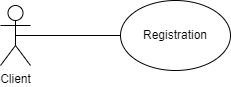
This is Registration.drawio.png from kaisunoo/Acads, a draw.io export, as it was before one commit. Source tidied: cells renumbered, new cells last; positions are measured from the earlier drawing's top-left corner, leaving out a move shared by most shapes.
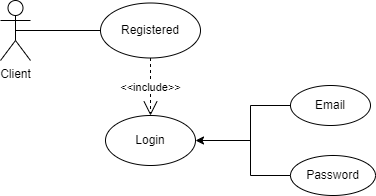
The same diagram one commit later.

Change to the diagram source:
```diff
@@ -3,13 +3,31 @@
     <mxCell id="0" />
     <mxCell id="1" parent="0" />
     <mxCell id="2" value="Client" style="shape=umlActor;verticalLabelPosition=bottom;verticalAlign=top;html=1;outlineConnect=0;" parent="1" vertex="1">
-      <mxGeometry y="5" width="30" height="60" as="geometry" />
+      <mxGeometry x="-30" width="30" height="60" as="geometry" />
     </mxCell>
-    <mxCell id="3" value="Registration" style="ellipse;whiteSpace=wrap;html=1;" parent="1" vertex="1">
-      <mxGeometry x="120" width="110" height="70" as="geometry" />
+    <mxCell id="3" value="Registered" style="ellipse;whiteSpace=wrap;html=1;" parent="1" vertex="1">
+      <mxGeometry x="70" y="2.5" width="100" height="55" as="geometry" />
     </mxCell>
     <mxCell id="4" style="endArrow=none;html=1;rounded=0;exitX=0.5;exitY=0.5;exitDx=0;exitDy=0;exitPerimeter=0;entryX=0;entryY=0.5;entryDx=0;entryDy=0;" parent="1" edge="1" source="2" target="3">
       <mxGeometry relative="1" as="geometry" />
     </mxCell>
+    <mxCell id="5" value="Login" style="ellipse;whiteSpace=wrap;html=1;" parent="1" vertex="1">
+      <mxGeometry x="75" y="115" width="90" height="50" as="geometry" />
+    </mxCell>
+    <mxCell id="6" value="&amp;lt;&amp;lt;include&amp;gt;&amp;gt;" style="endArrow=open;endSize=12;dashed=1;html=1;rounded=0;exitX=0.5;exitY=1;exitDx=0;exitDy=0;entryX=0.5;entryY=0;entryDx=0;entryDy=0;" parent="1" edge="1" source="3" target="5">
+      <mxGeometry relative="1" as="geometry" />
+    </mxCell>
+    <mxCell id="7" value="Email" style="ellipse;whiteSpace=wrap;html=1;" parent="1" vertex="1">
+      <mxGeometry x="260" y="85" width="80" height="40" as="geometry" />
+    </mxCell>
+    <mxCell id="8" value="Password" style="ellipse;whiteSpace=wrap;html=1;" parent="1" vertex="1">
+      <mxGeometry x="260" y="155" width="85" height="40" as="geometry" />
+    </mxCell>
+    <mxCell id="9" style="shape=partialRectangle;whiteSpace=wrap;html=1;bottom=1;right=1;left=1;top=0;fillColor=none;routingCenterX=-0.5;rotation=90;" parent="1" vertex="1">
+      <mxGeometry x="205" y="120" width="70" height="40" as="geometry" />
+    </mxCell>
+    <mxCell id="10" style="endArrow=classic;html=1;rounded=0;exitX=0.5;exitY=1;exitDx=0;exitDy=0;entryX=1;entryY=0.5;entryDx=0;entryDy=0;" parent="1" edge="1" source="9" target="5">
+      <mxGeometry relative="1" as="geometry" />
+    </mxCell>
   </root>
 </mxGraphModel>
```
